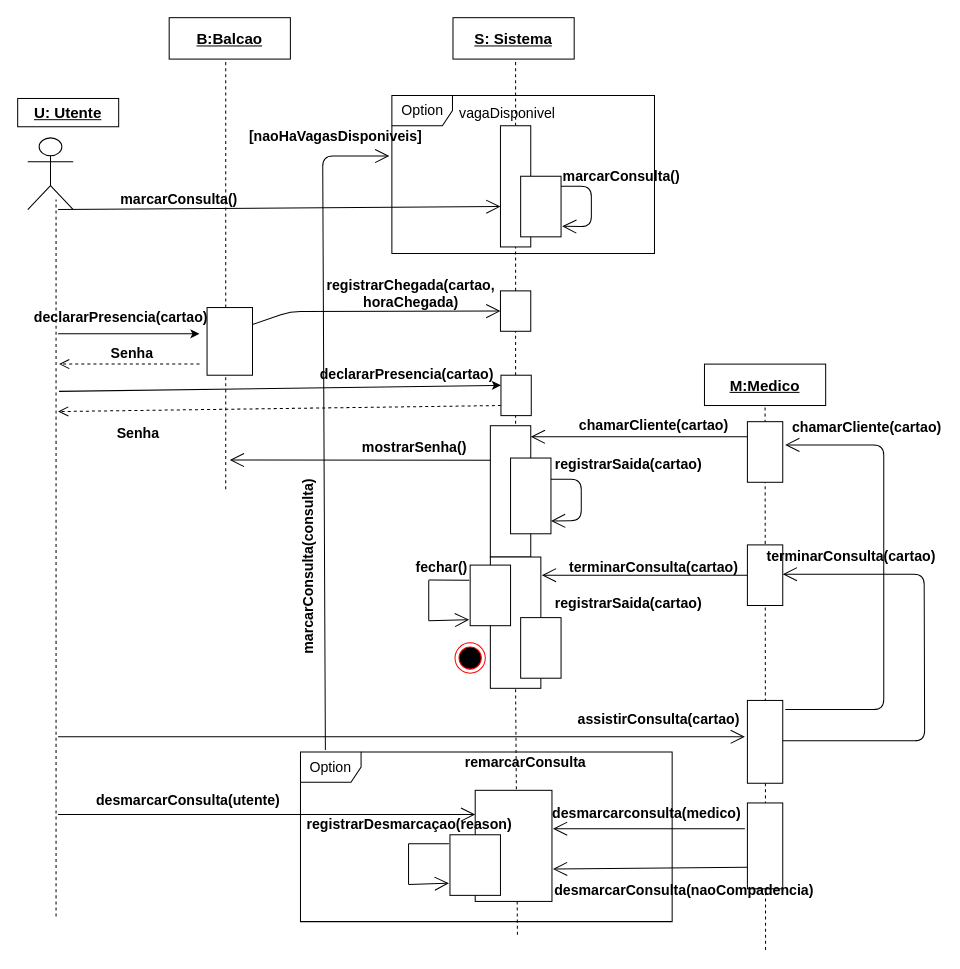
Earlier version of the draw.io diagram DiagramaDeSequencia-ConsultasMedicas.drawio (getSierralta/Si-Centro-Hospitalar-Upskill). Source tidied: cells renumbered, new cells numbered last; positions are measured from the earlier drawing's top-left corner, leaving out a move shared by most shapes. Both pictures are drawn from the tidied source at 101%, with x=0, y=0 at pixel (17, 17).
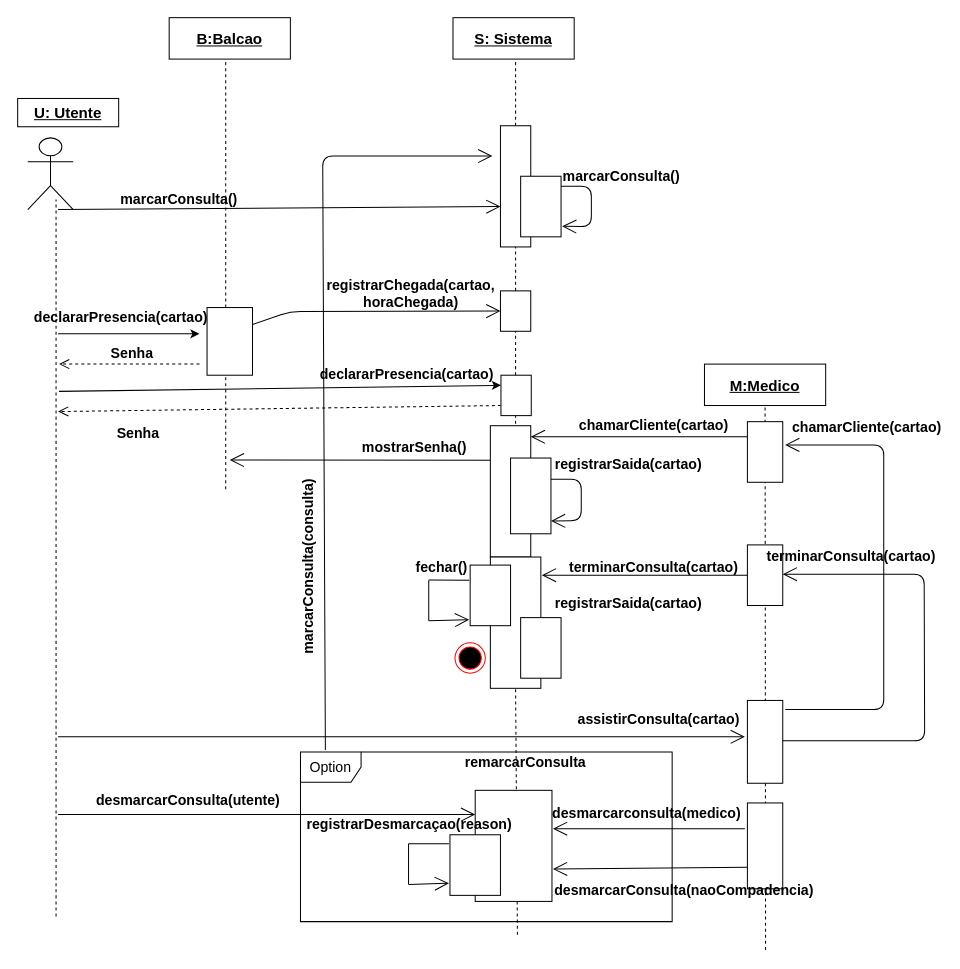
The same diagram, later.

Unchanged cells that the change refers to:
```xml
<mxCell id="78" value="Option" style="shape=umlFrame;whiteSpace=wrap;html=1;strokeColor=#000000;fillColor=#ffffff;fontSize=14;" parent="1" vertex="1">
  <mxGeometry x="280" y="727" width="368" height="168" as="geometry" />
</mxCell>
```

Diff of the diagram source:
```diff
@@
-    <mxCell id="3" value="Option" style="shape=umlFrame;whiteSpace=wrap;html=1;strokeColor=#000000;fillColor=#ffffff;fontSize=14;" parent="1" vertex="1">
-      <mxGeometry x="370.5" y="77" width="260" height="156.5" as="geometry" />
-    </mxCell>
@@
-    <mxCell id="54" value="vagaDisponivel" style="text;html=1;strokeColor=none;fillColor=none;align=center;verticalAlign=middle;whiteSpace=wrap;rounded=0;fontSize=14;" parent="1" vertex="1">
-      <mxGeometry x="410" y="85" width="150" height="20" as="geometry" />
-    </mxCell>
-    <mxCell id="55" value="&lt;b&gt;[naoHaVagasDisponiveis]&lt;/b&gt;" style="text;html=1;strokeColor=none;fillColor=none;align=center;verticalAlign=middle;whiteSpace=wrap;rounded=0;fontSize=14;" parent="1" vertex="1">
-      <mxGeometry x="230" y="108" width="170" height="20" as="geometry" />
-    </mxCell>
@@
     <mxCell id="60" style="endArrow=open;endFill=1;endSize=12;html=1;exitX=0.067;exitY=-0.011;exitDx=0;exitDy=0;exitPerimeter=0;" parent="1" edge="1" source="78">
       <mxGeometry relative="1" as="geometry">
-        <mxPoint x="368" y="137" as="targetPoint" />
+        <mxPoint x="470" y="137" as="targetPoint" />
         <Array as="points">
           <mxPoint x="302" y="137" />
         </Array>
       </mxGeometry>
     </mxCell>
```
